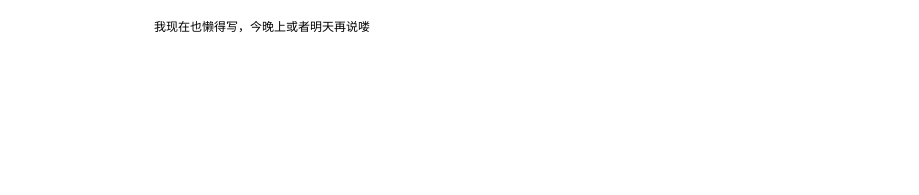
Above: Kahoot-dup-Flow.drawio in niuniuanran/Kahoot-Dup (draw.io), before the change. Source tidied: cells renumbered, new cells numbered last; positions are measured from the earlier drawing's top-left corner, leaving out a move shared by most shapes. Both pictures are drawn from the tidied source at 100%, with x=0, y=0 at pixel (37, 17).
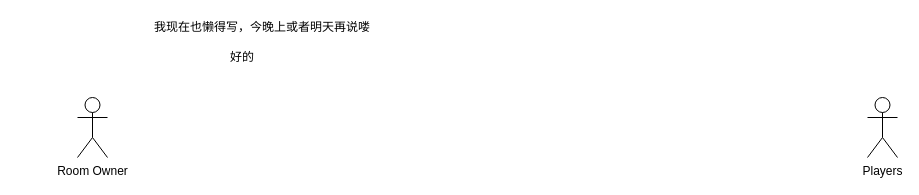
After the change.

The edit, as a diff of the source:
```diff
@@
 <mxGraphModel>
   <root>
     <mxCell id="0" />
     <mxCell id="1" parent="0" />
     <mxCell id="2" value="我现在也懒得写，今晚上或者明天再说喽" style="text;html=1;strokeColor=none;fillColor=none;align=center;verticalAlign=middle;whiteSpace=wrap;rounded=0;" parent="1" vertex="1">
       <mxGeometry width="450" height="20" as="geometry" />
     </mxCell>
+    <mxCell id="3" value="好的" style="text;html=1;strokeColor=none;fillColor=none;align=center;verticalAlign=middle;whiteSpace=wrap;rounded=0;" parent="1" vertex="1">
+      <mxGeometry x="-20" y="30" width="450" height="20" as="geometry" />
+    </mxCell>
+    <mxCell id="4" value="Room Owner" style="shape=umlActor;verticalLabelPosition=bottom;verticalAlign=top;html=1;" parent="1" vertex="1">
+      <mxGeometry x="40" y="80" width="30" height="60" as="geometry" />
+    </mxCell>
+    <mxCell id="5" value="Players" style="shape=umlActor;verticalLabelPosition=bottom;verticalAlign=top;html=1;" parent="1" vertex="1">
+      <mxGeometry x="830" y="80" width="30" height="60" as="geometry" />
+    </mxCell>
   </root>
 </mxGraphModel>
```
